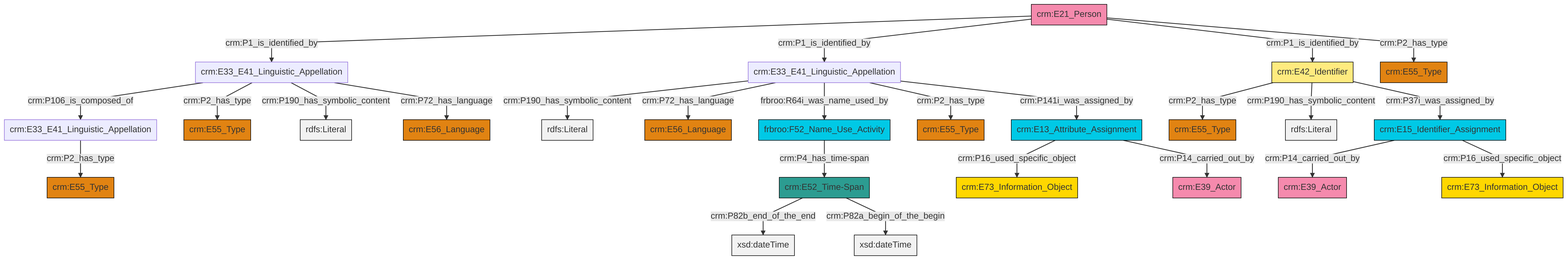
Above: et/personCSV/ttl/mmd/png/Person_Names_and_Classification.png in swiss-art-research-net/docs.swissartresearch (Mermaid), before the change. Its source is kept beside it as et/personCSV/ttl/mmd/Person_Names_and_Classification.ttl.mmd.
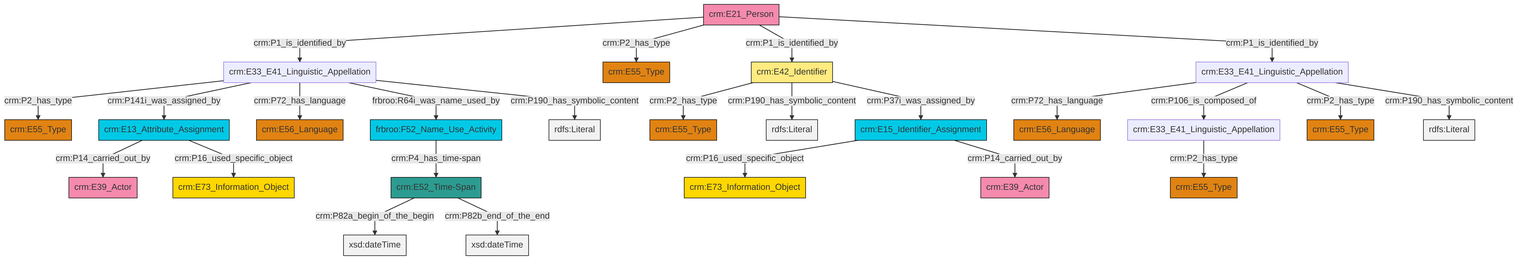
Above is the later version.

Change to the diagram source:
```diff
@@ -13,27 +13,27 @@
 classDef PC_Classes fill:#4ce600, stroke:#000000;
 classDef Multi fill:#cccccc,stroke:#000000;
 
-0["crm:E15_Identifier_Assignment"]:::Temporal_Entity -->|crm:P14_carried_out_by| 1["crm:E39_Actor"]:::Actor
-3["crm:E33_E41_Linguistic_Appellation"]:::Default -->|crm:P2_has_type| 4["crm:E55_Type"]:::Type
-7["crm:E42_Identifier"]:::Appellation -->|crm:P2_has_type| 8["crm:E55_Type"]:::Type
-5["crm:E52_Time-Span"]:::Time-Span -->|crm:P82b_end_of_the_end| 9[xsd:dateTime]:::Literal
-14["crm:E33_E41_Linguistic_Appellation"]:::Default -->|crm:P190_has_symbolic_content| 15[rdfs:Literal]:::Literal
-14["crm:E33_E41_Linguistic_Appellation"]:::Default -->|crm:P72_has_language| 18["crm:E56_Language"]:::Type
-14["crm:E33_E41_Linguistic_Appellation"]:::Default -->|frbroo:R64i_was_name_used_by| 10["frbroo:F52_Name_Use_Activity"]:::Temporal_Entity
-19["crm:E13_Attribute_Assignment"]:::Temporal_Entity -->|crm:P16_used_specific_object| 16["crm:E73_Information_Object"]:::Conceptual_Object
-22["crm:E21_Person"]:::Actor -->|crm:P1_is_identified_by| 23["crm:E33_E41_Linguistic_Appellation"]:::Default
-23["crm:E33_E41_Linguistic_Appellation"]:::Default -->|crm:P106_is_composed_of| 3["crm:E33_E41_Linguistic_Appellation"]:::Default
-0["crm:E15_Identifier_Assignment"]:::Temporal_Entity -->|crm:P16_used_specific_object| 26["crm:E73_Information_Object"]:::Conceptual_Object
-19["crm:E13_Attribute_Assignment"]:::Temporal_Entity -->|crm:P14_carried_out_by| 28["crm:E39_Actor"]:::Actor
-5["crm:E52_Time-Span"]:::Time-Span -->|crm:P82a_begin_of_the_begin| 29[xsd:dateTime]:::Literal
-14["crm:E33_E41_Linguistic_Appellation"]:::Default -->|crm:P2_has_type| 24["crm:E55_Type"]:::Type
-23["crm:E33_E41_Linguistic_Appellation"]:::Default -->|crm:P2_has_type| 34["crm:E55_Type"]:::Type
-14["crm:E33_E41_Linguistic_Appellation"]:::Default -->|crm:P141i_was_assigned_by| 19["crm:E13_Attribute_Assignment"]:::Temporal_Entity
-23["crm:E33_E41_Linguistic_Appellation"]:::Default -->|crm:P190_has_symbolic_content| 39[rdfs:Literal]:::Literal
-23["crm:E33_E41_Linguistic_Appellation"]:::Default -->|crm:P72_has_language| 40["crm:E56_Language"]:::Type
-22["crm:E21_Person"]:::Actor -->|crm:P1_is_identified_by| 14["crm:E33_E41_Linguistic_Appellation"]:::Default
-7["crm:E42_Identifier"]:::Appellation -->|crm:P190_has_symbolic_content| 41[rdfs:Literal]:::Literal
-10["frbroo:F52_Name_Use_Activity"]:::Temporal_Entity -->|crm:P4_has_time-span| 5["crm:E52_Time-Span"]:::Time-Span
-7["crm:E42_Identifier"]:::Appellation -->|crm:P37i_was_assigned_by| 0["crm:E15_Identifier_Assignment"]:::Temporal_Entity
-22["crm:E21_Person"]:::Actor -->|crm:P1_is_identified_by| 7["crm:E42_Identifier"]:::Appellation
-22["crm:E21_Person"]:::Actor -->|crm:P2_has_type| 12["crm:E55_Type"]:::Type
+0["crm:E33_E41_Linguistic_Appellation"]:::Default -->|crm:P72_has_language| 1["crm:E56_Language"]:::Type
+2["crm:E42_Identifier"]:::Appellation -->|crm:P2_has_type| 3["crm:E55_Type"]:::Type
+4["crm:E21_Person"]:::Actor -->|crm:P1_is_identified_by| 5["crm:E33_E41_Linguistic_Appellation"]:::Default
+6["crm:E15_Identifier_Assignment"]:::Temporal_Entity -->|crm:P16_used_specific_object| 7["crm:E73_Information_Object"]:::Conceptual_Object
+5["crm:E33_E41_Linguistic_Appellation"]:::Default -->|crm:P2_has_type| 14["crm:E55_Type"]:::Type
+18["crm:E13_Attribute_Assignment"]:::Temporal_Entity -->|crm:P14_carried_out_by| 19["crm:E39_Actor"]:::Actor
+0["crm:E33_E41_Linguistic_Appellation"]:::Default -->|crm:P106_is_composed_of| 20["crm:E33_E41_Linguistic_Appellation"]:::Default
+2["crm:E42_Identifier"]:::Appellation -->|crm:P190_has_symbolic_content| 21[rdfs:Literal]:::Literal
+5["crm:E33_E41_Linguistic_Appellation"]:::Default -->|crm:P141i_was_assigned_by| 18["crm:E13_Attribute_Assignment"]:::Temporal_Entity
+6["crm:E15_Identifier_Assignment"]:::Temporal_Entity -->|crm:P14_carried_out_by| 8["crm:E39_Actor"]:::Actor
+5["crm:E33_E41_Linguistic_Appellation"]:::Default -->|crm:P72_has_language| 24["crm:E56_Language"]:::Type
+26["crm:E52_Time-Span"]:::Time-Span -->|crm:P82a_begin_of_the_begin| 27[xsd:dateTime]:::Literal
+4["crm:E21_Person"]:::Actor -->|crm:P2_has_type| 11["crm:E55_Type"]:::Type
+0["crm:E33_E41_Linguistic_Appellation"]:::Default -->|crm:P2_has_type| 29["crm:E55_Type"]:::Type
+20["crm:E33_E41_Linguistic_Appellation"]:::Default -->|crm:P2_has_type| 37["crm:E55_Type"]:::Type
+26["crm:E52_Time-Span"]:::Time-Span -->|crm:P82b_end_of_the_end| 38[xsd:dateTime]:::Literal
+4["crm:E21_Person"]:::Actor -->|crm:P1_is_identified_by| 2["crm:E42_Identifier"]:::Appellation
+4["crm:E21_Person"]:::Actor -->|crm:P1_is_identified_by| 0["crm:E33_E41_Linguistic_Appellation"]:::Default
+18["crm:E13_Attribute_Assignment"]:::Temporal_Entity -->|crm:P16_used_specific_object| 16["crm:E73_Information_Object"]:::Conceptual_Object
+5["crm:E33_E41_Linguistic_Appellation"]:::Default -->|frbroo:R64i_was_name_used_by| 41["frbroo:F52_Name_Use_Activity"]:::Temporal_Entity
+0["crm:E33_E41_Linguistic_Appellation"]:::Default -->|crm:P190_has_symbolic_content| 42[rdfs:Literal]:::Literal
+5["crm:E33_E41_Linguistic_Appellation"]:::Default -->|crm:P190_has_symbolic_content| 43[rdfs:Literal]:::Literal
+2["crm:E42_Identifier"]:::Appellation -->|crm:P37i_was_assigned_by| 6["crm:E15_Identifier_Assignment"]:::Temporal_Entity
+41["frbroo:F52_Name_Use_Activity"]:::Temporal_Entity -->|crm:P4_has_time-span| 26["crm:E52_Time-Span"]:::Time-Span
```
